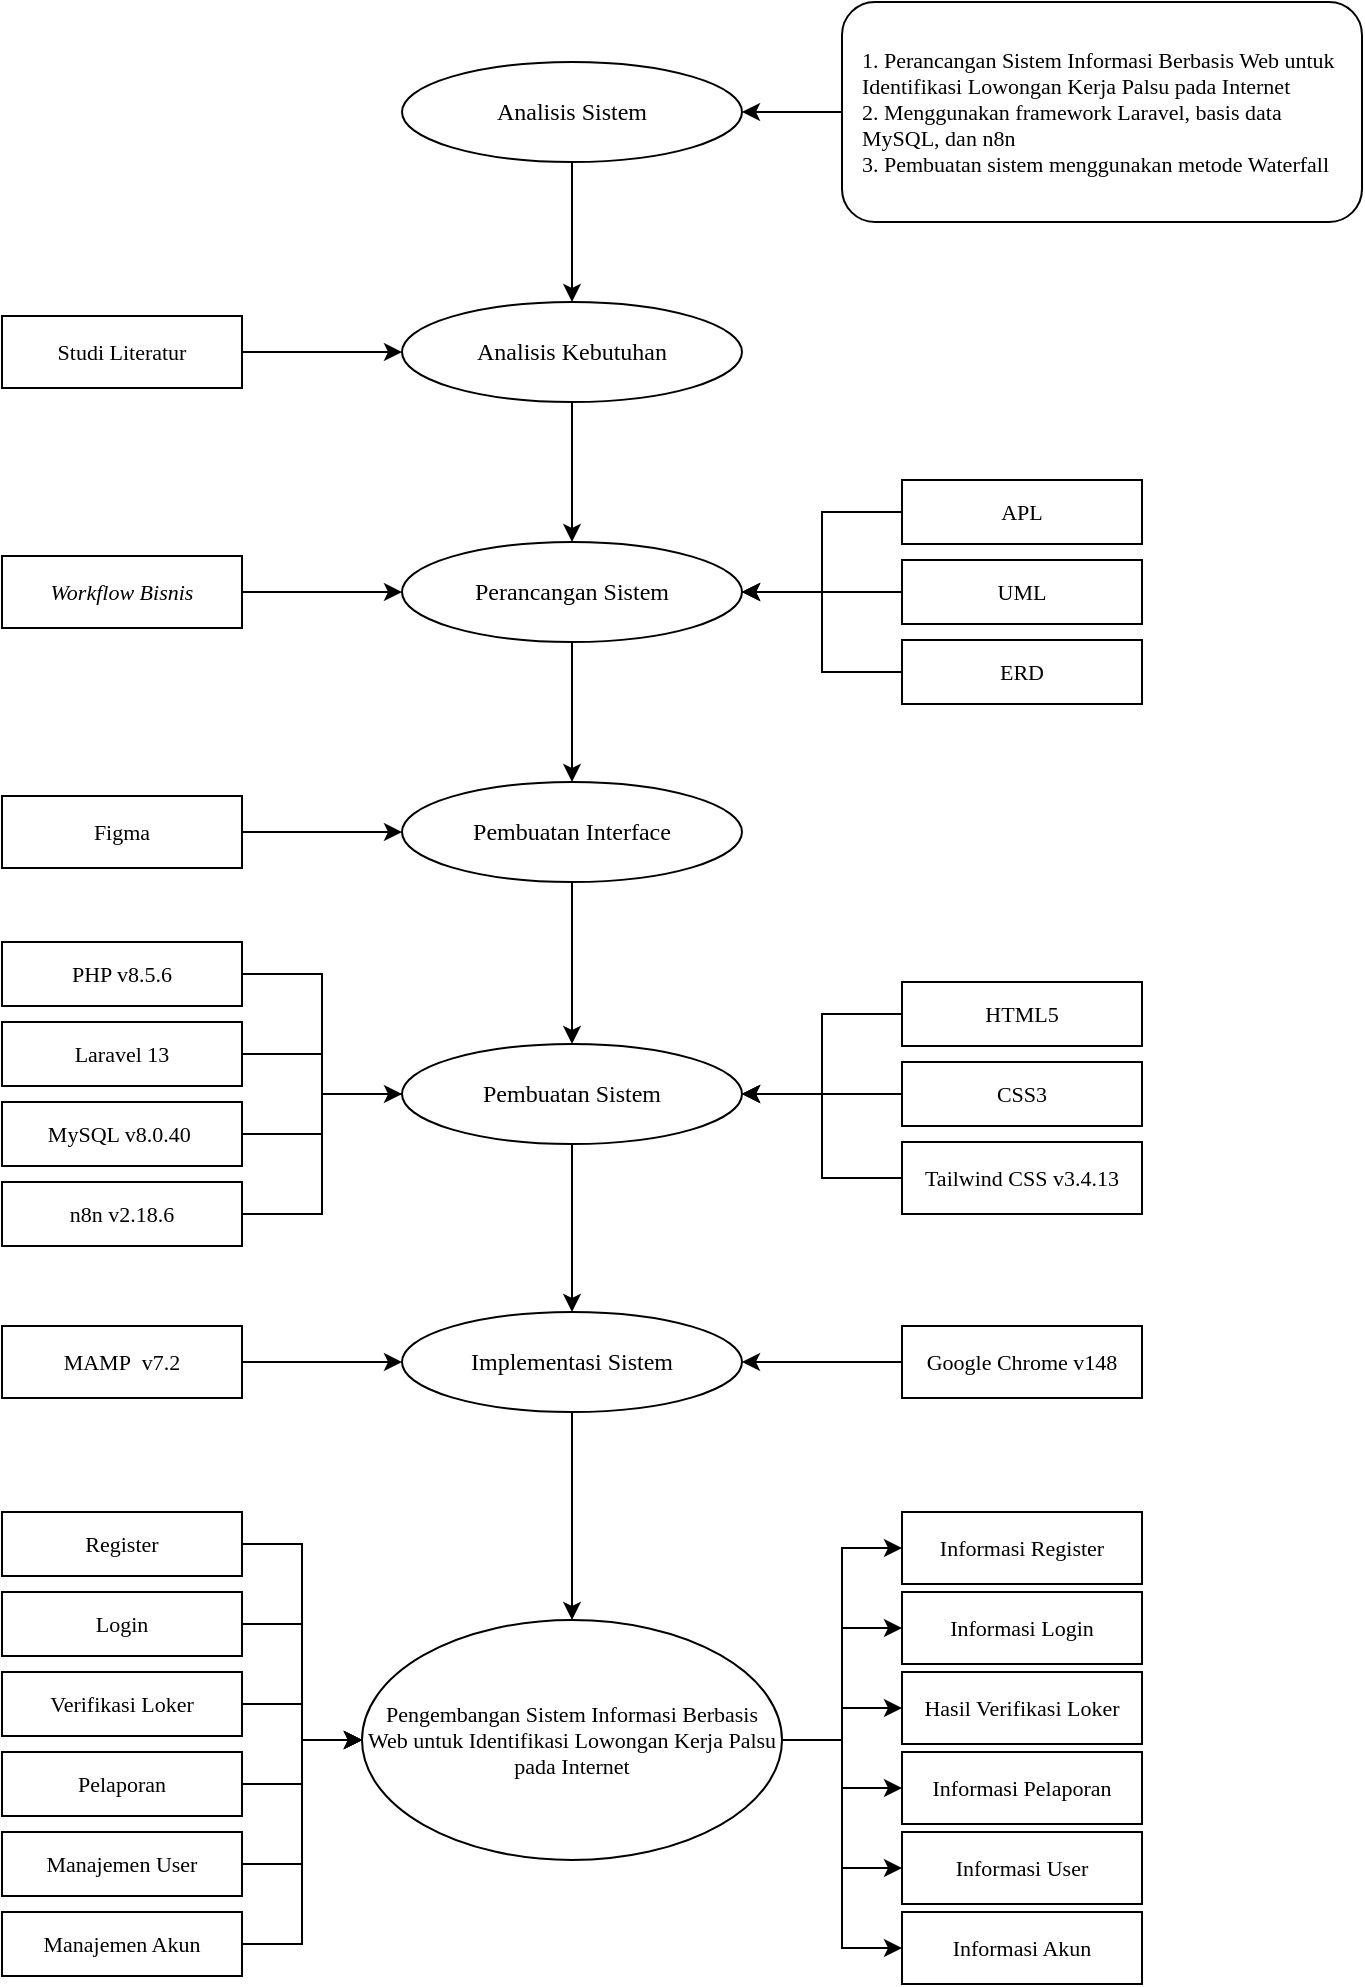
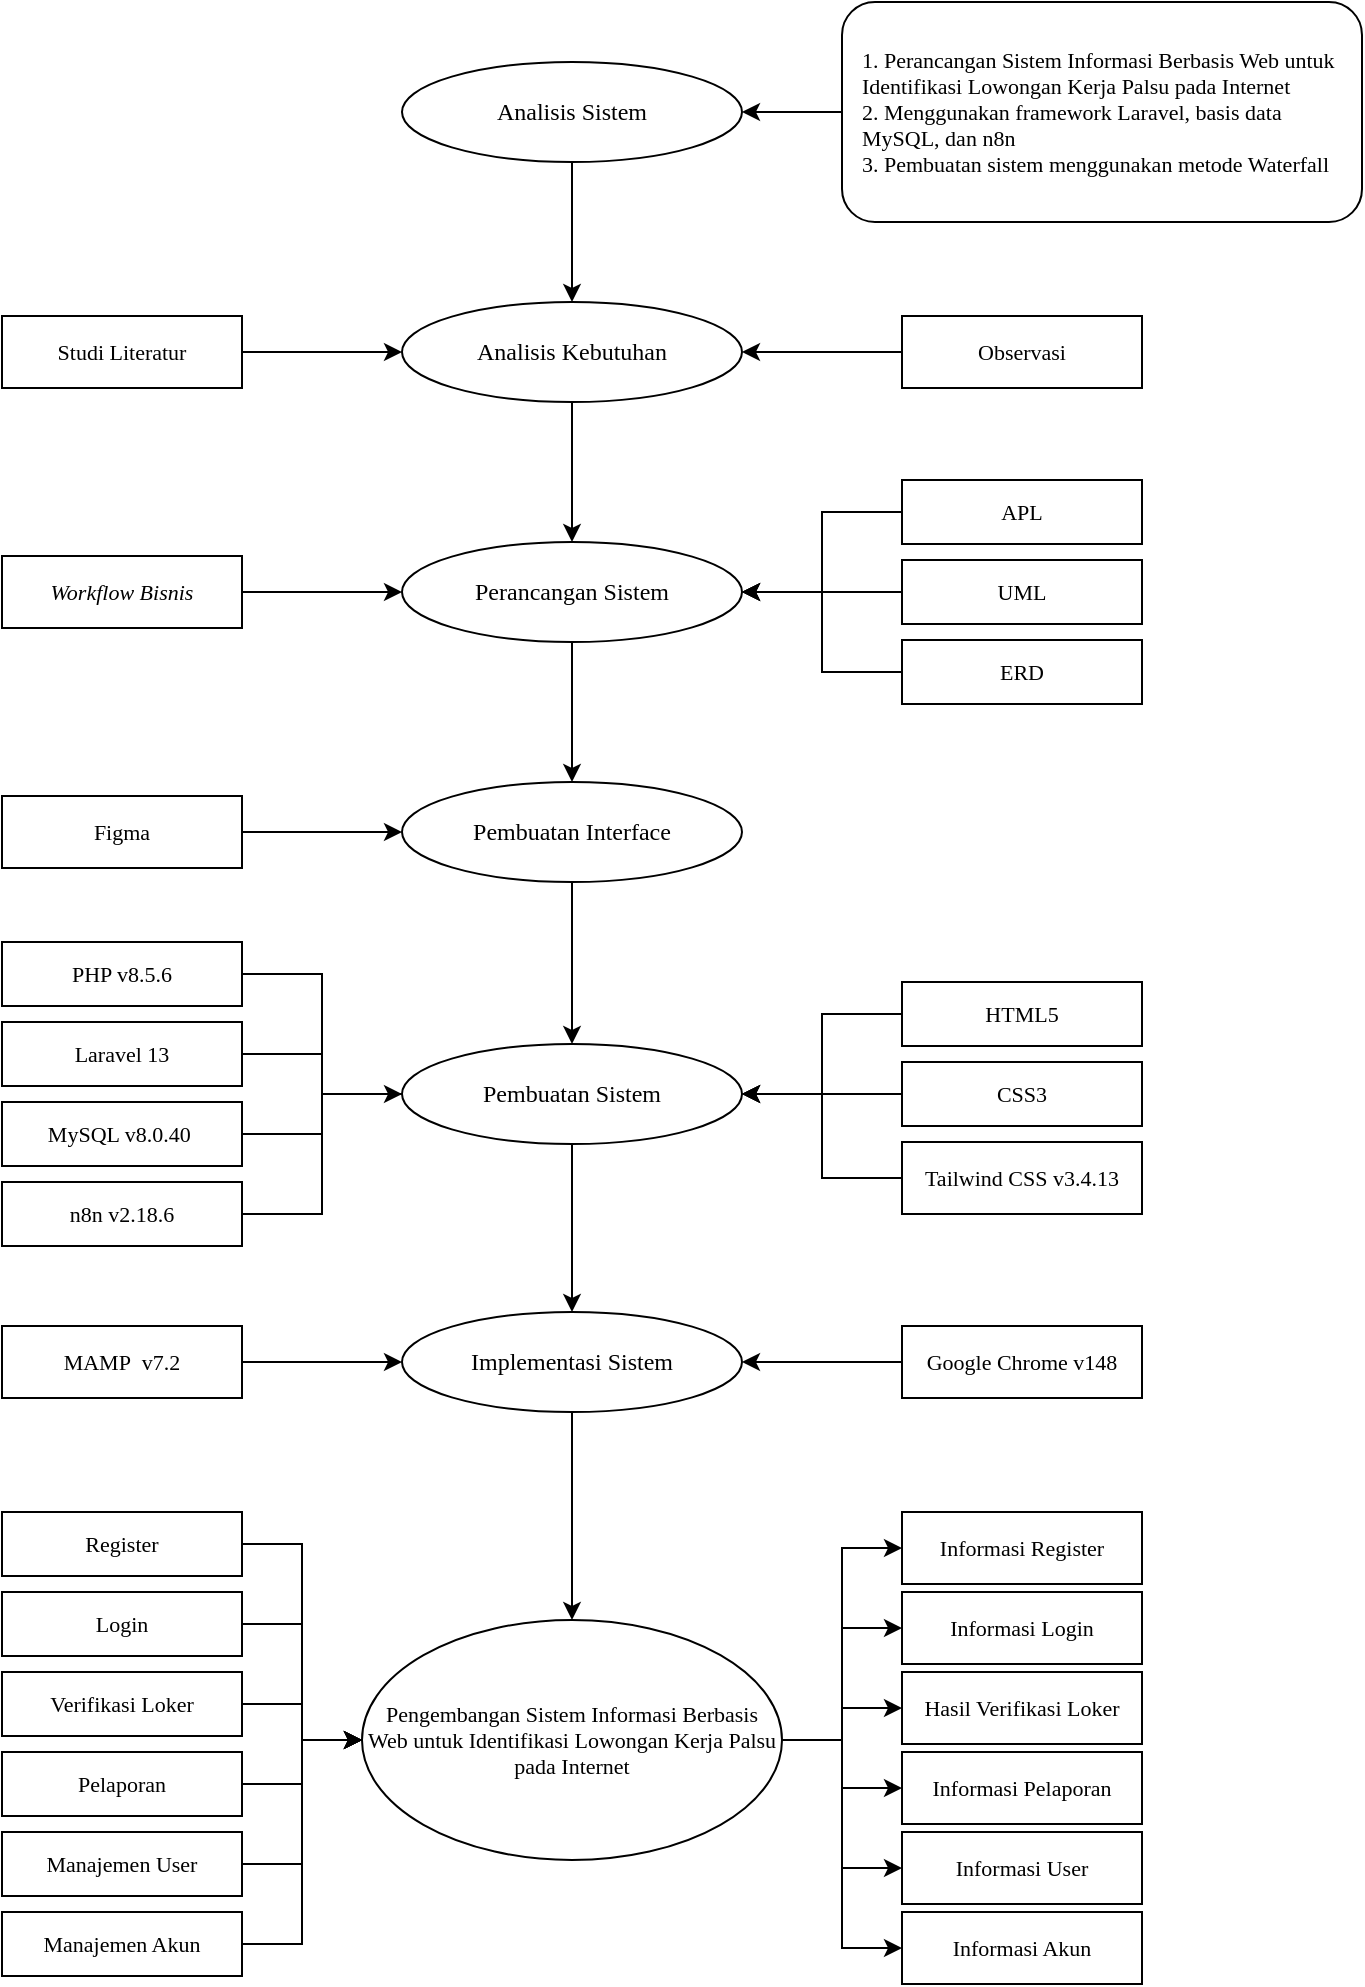
<mxfile host="app.diagrams.net">
  <diagram name="Page-1" id="yfmV3Sks-nrF4BvnnPUG">
    <mxGraphModel dx="1071" dy="584" grid="1" gridSize="10" guides="1" tooltips="1" connect="1" arrows="1" fold="1" page="1" pageScale="1" pageWidth="827" pageHeight="1169" math="0" shadow="0">
      <root>
        <mxCell id="0" />
        <mxCell id="1" parent="0" />
        <mxCell id="fTyH0j3n_jQUCsVNDcWE-1" parent="1" style="ellipse;whiteSpace=wrap;html=1;fillColor=#ffffff;strokeColor=#000000;fontFamily=Times New Roman;fontSize=12;" value="Analisis Sistem" vertex="1">
          <mxGeometry height="50" width="170" x="580" y="110" as="geometry" />
        </mxCell>
        <mxCell id="fTyH0j3n_jQUCsVNDcWE-2" parent="1" style="ellipse;whiteSpace=wrap;html=1;fillColor=#ffffff;strokeColor=#000000;fontFamily=Times New Roman;fontSize=12;" value="Analisis Kebutuhan" vertex="1">
          <mxGeometry height="50" width="170" x="580" y="230" as="geometry" />
        </mxCell>
        <mxCell id="fTyH0j3n_jQUCsVNDcWE-3" parent="1" style="ellipse;whiteSpace=wrap;html=1;fillColor=#ffffff;strokeColor=#000000;fontFamily=Times New Roman;fontSize=12;" value="Perancangan Sistem" vertex="1">
          <mxGeometry height="50" width="170" x="580" y="350" as="geometry" />
        </mxCell>
        <mxCell id="fTyH0j3n_jQUCsVNDcWE-4" parent="1" style="ellipse;whiteSpace=wrap;html=1;fillColor=#ffffff;strokeColor=#000000;fontFamily=Times New Roman;fontSize=12;" value="Pembuatan Interface" vertex="1">
          <mxGeometry height="50" width="170" x="580" y="470" as="geometry" />
        </mxCell>
        <mxCell id="fTyH0j3n_jQUCsVNDcWE-5" parent="1" style="ellipse;whiteSpace=wrap;html=1;fillColor=#ffffff;strokeColor=#000000;fontFamily=Times New Roman;fontSize=12;" value="Pembuatan Sistem" vertex="1">
          <mxGeometry height="50" width="170" x="580" y="601" as="geometry" />
        </mxCell>
        <mxCell id="fTyH0j3n_jQUCsVNDcWE-6" parent="1" style="ellipse;whiteSpace=wrap;html=1;fillColor=#ffffff;strokeColor=#000000;fontFamily=Times New Roman;fontSize=12;" value="Implementasi Sistem" vertex="1">
          <mxGeometry height="50" width="170" x="580" y="735" as="geometry" />
        </mxCell>
        <mxCell id="fTyH0j3n_jQUCsVNDcWE-7" parent="1" style="ellipse;whiteSpace=wrap;html=1;fillColor=#ffffff;strokeColor=#000000;fontFamily=Times New Roman;fontSize=11;" value="Pengembangan Sistem Informasi Berbasis Web untuk Identifikasi Lowongan Kerja Palsu pada Internet" vertex="1">
          <mxGeometry height="120" width="210" x="560" y="889" as="geometry" />
        </mxCell>
        <mxCell id="fTyH0j3n_jQUCsVNDcWE-8" edge="1" parent="1" source="fTyH0j3n_jQUCsVNDcWE-1" style="endArrow=classic;html=1;rounded=0;exitX=0.5;exitY=1;entryX=0.5;entryY=0;" target="fTyH0j3n_jQUCsVNDcWE-2">
          <mxGeometry relative="1" as="geometry" />
        </mxCell>
        <mxCell id="fTyH0j3n_jQUCsVNDcWE-9" edge="1" parent="1" source="fTyH0j3n_jQUCsVNDcWE-2" style="endArrow=classic;html=1;rounded=0;exitX=0.5;exitY=1;entryX=0.5;entryY=0;" target="fTyH0j3n_jQUCsVNDcWE-3">
          <mxGeometry relative="1" as="geometry" />
        </mxCell>
        <mxCell id="fTyH0j3n_jQUCsVNDcWE-10" edge="1" parent="1" source="fTyH0j3n_jQUCsVNDcWE-3" style="endArrow=classic;html=1;rounded=0;exitX=0.5;exitY=1;entryX=0.5;entryY=0;" target="fTyH0j3n_jQUCsVNDcWE-4">
          <mxGeometry relative="1" as="geometry" />
        </mxCell>
        <mxCell id="fTyH0j3n_jQUCsVNDcWE-11" edge="1" parent="1" source="fTyH0j3n_jQUCsVNDcWE-4" style="endArrow=classic;html=1;rounded=0;exitX=0.5;exitY=1;entryX=0.5;entryY=0;" target="fTyH0j3n_jQUCsVNDcWE-5">
          <mxGeometry relative="1" as="geometry" />
        </mxCell>
        <mxCell id="fTyH0j3n_jQUCsVNDcWE-12" edge="1" parent="1" source="fTyH0j3n_jQUCsVNDcWE-5" style="endArrow=classic;html=1;rounded=0;exitX=0.5;exitY=1;entryX=0.5;entryY=0;" target="fTyH0j3n_jQUCsVNDcWE-6">
          <mxGeometry relative="1" as="geometry" />
        </mxCell>
        <mxCell id="fTyH0j3n_jQUCsVNDcWE-13" edge="1" parent="1" source="fTyH0j3n_jQUCsVNDcWE-6" style="endArrow=classic;html=1;rounded=0;exitX=0.5;exitY=1;entryX=0.5;entryY=0;" target="fTyH0j3n_jQUCsVNDcWE-7">
          <mxGeometry relative="1" as="geometry" />
        </mxCell>
        <mxCell id="fTyH0j3n_jQUCsVNDcWE-14" parent="1" style="rounded=1;whiteSpace=wrap;html=1;fillColor=#ffffff;strokeColor=#000000;fontFamily=Times New Roman;fontSize=11;align=left;verticalAlign=middle;spacingLeft=8;spacingRight=8;" value="1. Perancangan Sistem Informasi Berbasis Web untuk Identifikasi Lowongan Kerja Palsu pada Internet&lt;br&gt;2. Menggunakan framework Laravel, basis data MySQL, dan n8n&lt;br&gt;3. Pembuatan sistem menggunakan metode Waterfall" vertex="1">
          <mxGeometry height="110" width="260" x="800" y="80" as="geometry" />
        </mxCell>
        <mxCell id="fTyH0j3n_jQUCsVNDcWE-15" edge="1" parent="1" source="fTyH0j3n_jQUCsVNDcWE-1" style="endArrow=none;html=1;rounded=0;exitX=1;exitY=0.5;entryX=0;entryY=0.5;startArrow=classic;startFill=1;" target="fTyH0j3n_jQUCsVNDcWE-14">
          <mxGeometry relative="1" as="geometry" />
        </mxCell>
        <mxCell id="fTyH0j3n_jQUCsVNDcWE-16" parent="1" style="rounded=0;whiteSpace=wrap;html=1;fillColor=#ffffff;strokeColor=#000000;fontFamily=Times New Roman;fontSize=11;" value="Studi Literatur" vertex="1">
          <mxGeometry height="36" width="120" x="380" y="237" as="geometry" />
        </mxCell>
        <mxCell id="fTyH0j3n_jQUCsVNDcWE-19" edge="1" parent="1" source="fTyH0j3n_jQUCsVNDcWE-16" style="endArrow=classic;html=1;exitX=1;exitY=0.5;entryX=0;entryY=0.5;endFill=1;" target="fTyH0j3n_jQUCsVNDcWE-2">
          <mxGeometry relative="1" as="geometry" />
        </mxCell>
        <mxCell id="fTyH0j3n_jQUCsVNDcWE-22" parent="1" style="rounded=0;whiteSpace=wrap;html=1;fillColor=#ffffff;strokeColor=#000000;fontFamily=Times New Roman;fontSize=11;fontStyle=2" value="Workflow Bisnis" vertex="1">
          <mxGeometry height="36" width="120" x="380" y="357" as="geometry" />
        </mxCell>
        <mxCell id="fTyH0j3n_jQUCsVNDcWE-23" parent="1" style="rounded=0;whiteSpace=wrap;html=1;fillColor=#ffffff;strokeColor=#000000;fontFamily=Times New Roman;fontSize=11;" value="APL" vertex="1">
          <mxGeometry height="32" width="120" x="830" y="319" as="geometry" />
        </mxCell>
        <mxCell id="fTyH0j3n_jQUCsVNDcWE-24" parent="1" style="rounded=0;whiteSpace=wrap;html=1;fillColor=#ffffff;strokeColor=#000000;fontFamily=Times New Roman;fontSize=11;" value="UML" vertex="1">
          <mxGeometry height="32" width="120" x="830" y="359" as="geometry" />
        </mxCell>
        <mxCell id="fTyH0j3n_jQUCsVNDcWE-25" parent="1" style="rounded=0;whiteSpace=wrap;html=1;fillColor=#ffffff;strokeColor=#000000;fontFamily=Times New Roman;fontSize=11;" value="ERD" vertex="1">
          <mxGeometry height="32" width="120" x="830" y="399" as="geometry" />
        </mxCell>
        <mxCell id="fTyH0j3n_jQUCsVNDcWE-26" edge="1" parent="1" source="fTyH0j3n_jQUCsVNDcWE-22" style="endArrow=classic;html=1;exitX=1;exitY=0.5;entryX=0;entryY=0.5;endFill=1;" target="fTyH0j3n_jQUCsVNDcWE-3">
          <mxGeometry relative="1" as="geometry" />
        </mxCell>
        <mxCell id="fTyH0j3n_jQUCsVNDcWE-27" edge="1" parent="1" source="fTyH0j3n_jQUCsVNDcWE-3" style="endArrow=none;html=1;exitX=1;exitY=0.5;entryX=0;entryY=0.5;startArrow=classic;startFill=1;edgeStyle=orthogonalEdgeStyle;rounded=0;curved=0;" target="fTyH0j3n_jQUCsVNDcWE-23">
          <mxGeometry relative="1" as="geometry" />
        </mxCell>
        <mxCell id="fTyH0j3n_jQUCsVNDcWE-28" edge="1" parent="1" source="fTyH0j3n_jQUCsVNDcWE-3" style="endArrow=none;html=1;exitX=1;exitY=0.5;entryX=0;entryY=0.5;startArrow=classic;startFill=1;edgeStyle=orthogonalEdgeStyle;rounded=0;curved=0;" target="fTyH0j3n_jQUCsVNDcWE-24">
          <mxGeometry relative="1" as="geometry" />
        </mxCell>
        <mxCell id="fTyH0j3n_jQUCsVNDcWE-29" edge="1" parent="1" source="fTyH0j3n_jQUCsVNDcWE-3" style="endArrow=none;html=1;exitX=1;exitY=0.5;entryX=0;entryY=0.5;startArrow=classic;startFill=1;edgeStyle=orthogonalEdgeStyle;rounded=0;curved=0;" target="fTyH0j3n_jQUCsVNDcWE-25">
          <mxGeometry relative="1" as="geometry" />
        </mxCell>
        <mxCell id="fTyH0j3n_jQUCsVNDcWE-30" parent="1" style="rounded=0;whiteSpace=wrap;html=1;fillColor=#ffffff;strokeColor=#000000;fontFamily=Times New Roman;fontSize=11;" value="Figma" vertex="1">
          <mxGeometry height="36" width="120" x="380" y="477" as="geometry" />
        </mxCell>
        <mxCell id="fTyH0j3n_jQUCsVNDcWE-31" edge="1" parent="1" source="fTyH0j3n_jQUCsVNDcWE-30" style="endArrow=classic;html=1;exitX=1;exitY=0.5;entryX=0;entryY=0.5;endFill=1;" target="fTyH0j3n_jQUCsVNDcWE-4">
          <mxGeometry relative="1" as="geometry" />
        </mxCell>
        <mxCell id="fTyH0j3n_jQUCsVNDcWE-32" parent="1" style="rounded=0;whiteSpace=wrap;html=1;fillColor=#ffffff;strokeColor=#000000;fontFamily=Times New Roman;fontSize=11;" value="PHP v8.5.6" vertex="1">
          <mxGeometry height="32" width="120" x="380" y="550" as="geometry" />
        </mxCell>
        <mxCell id="fTyH0j3n_jQUCsVNDcWE-33" parent="1" style="rounded=0;whiteSpace=wrap;html=1;fillColor=#ffffff;strokeColor=#000000;fontFamily=Times New Roman;fontSize=11;" value="Laravel 13" vertex="1">
          <mxGeometry height="32" width="120" x="380" y="590" as="geometry" />
        </mxCell>
        <mxCell id="fTyH0j3n_jQUCsVNDcWE-34" parent="1" style="rounded=0;whiteSpace=wrap;html=1;fillColor=#ffffff;strokeColor=#000000;fontFamily=Times New Roman;fontSize=11;" value="MySQL v8.0.40&amp;nbsp;" vertex="1">
          <mxGeometry height="32" width="120" x="380" y="630" as="geometry" />
        </mxCell>
        <mxCell id="fTyH0j3n_jQUCsVNDcWE-35" parent="1" style="rounded=0;whiteSpace=wrap;html=1;fillColor=#ffffff;strokeColor=#000000;fontFamily=Times New Roman;fontSize=11;" value="HTML5" vertex="1">
          <mxGeometry height="32" width="120" x="830" y="570" as="geometry" />
        </mxCell>
        <mxCell id="fTyH0j3n_jQUCsVNDcWE-36" parent="1" style="rounded=0;whiteSpace=wrap;html=1;fillColor=#ffffff;strokeColor=#000000;fontFamily=Times New Roman;fontSize=11;" value="CSS3" vertex="1">
          <mxGeometry height="32" width="120" x="830" y="610" as="geometry" />
        </mxCell>
        <mxCell id="fTyH0j3n_jQUCsVNDcWE-37" parent="1" style="rounded=0;whiteSpace=wrap;html=1;fillColor=#ffffff;strokeColor=#000000;fontFamily=Times New Roman;fontSize=11;" value="Tailwind CSS v3.4.13" vertex="1">
          <mxGeometry height="36" width="120" x="830" y="650" as="geometry" />
        </mxCell>
        <mxCell id="fTyH0j3n_jQUCsVNDcWE-38" edge="1" parent="1" source="fTyH0j3n_jQUCsVNDcWE-32" style="endArrow=none;html=1;exitX=1;exitY=0.5;entryX=0;entryY=0.5;edgeStyle=orthogonalEdgeStyle;rounded=0;curved=0;" target="fTyH0j3n_jQUCsVNDcWE-5">
          <mxGeometry relative="1" as="geometry" />
        </mxCell>
        <mxCell id="fTyH0j3n_jQUCsVNDcWE-39" edge="1" parent="1" source="fTyH0j3n_jQUCsVNDcWE-33" style="endArrow=none;html=1;exitX=1;exitY=0.5;entryX=0;entryY=0.5;edgeStyle=orthogonalEdgeStyle;rounded=0;curved=0;" target="fTyH0j3n_jQUCsVNDcWE-5">
          <mxGeometry relative="1" as="geometry" />
        </mxCell>
        <mxCell id="fTyH0j3n_jQUCsVNDcWE-40" edge="1" parent="1" source="fTyH0j3n_jQUCsVNDcWE-34" style="endArrow=none;html=1;exitX=1;exitY=0.5;entryX=0;entryY=0.5;edgeStyle=orthogonalEdgeStyle;rounded=0;curved=0;" target="fTyH0j3n_jQUCsVNDcWE-5">
          <mxGeometry relative="1" as="geometry" />
        </mxCell>
        <mxCell id="fTyH0j3n_jQUCsVNDcWE-41" edge="1" parent="1" source="fTyH0j3n_jQUCsVNDcWE-5" style="endArrow=none;html=1;exitX=1;exitY=0.5;entryX=0;entryY=0.5;edgeStyle=orthogonalEdgeStyle;rounded=0;curved=0;startArrow=classic;startFill=1;" target="fTyH0j3n_jQUCsVNDcWE-35">
          <mxGeometry relative="1" as="geometry" />
        </mxCell>
        <mxCell id="fTyH0j3n_jQUCsVNDcWE-42" edge="1" parent="1" source="fTyH0j3n_jQUCsVNDcWE-5" style="endArrow=none;html=1;exitX=1;exitY=0.5;entryX=0;entryY=0.5;edgeStyle=orthogonalEdgeStyle;rounded=0;curved=0;startArrow=classic;startFill=1;" target="fTyH0j3n_jQUCsVNDcWE-36">
          <mxGeometry relative="1" as="geometry" />
        </mxCell>
        <mxCell id="fTyH0j3n_jQUCsVNDcWE-43" edge="1" parent="1" source="fTyH0j3n_jQUCsVNDcWE-5" style="endArrow=none;html=1;exitX=1;exitY=0.5;entryX=0;entryY=0.5;edgeStyle=orthogonalEdgeStyle;rounded=0;curved=0;startArrow=classic;startFill=1;" target="fTyH0j3n_jQUCsVNDcWE-37">
          <mxGeometry relative="1" as="geometry" />
        </mxCell>
        <mxCell id="fTyH0j3n_jQUCsVNDcWE-44" parent="1" style="rounded=0;whiteSpace=wrap;html=1;fillColor=#ffffff;strokeColor=#000000;fontFamily=Times New Roman;fontSize=11;" value="MAMP&amp;nbsp; v7.2" vertex="1">
          <mxGeometry height="36" width="120" x="380" y="742" as="geometry" />
        </mxCell>
        <mxCell id="fTyH0j3n_jQUCsVNDcWE-45" parent="1" style="rounded=0;whiteSpace=wrap;html=1;fillColor=#ffffff;strokeColor=#000000;fontFamily=Times New Roman;fontSize=11;" value="Google Chrome v148" vertex="1">
          <mxGeometry height="36" width="120" x="830" y="742" as="geometry" />
        </mxCell>
        <mxCell id="fTyH0j3n_jQUCsVNDcWE-46" edge="1" parent="1" source="fTyH0j3n_jQUCsVNDcWE-44" style="endArrow=classic;html=1;exitX=1;exitY=0.5;entryX=0;entryY=0.5;endFill=1;" target="fTyH0j3n_jQUCsVNDcWE-6">
          <mxGeometry relative="1" as="geometry" />
        </mxCell>
        <mxCell id="fTyH0j3n_jQUCsVNDcWE-47" edge="1" parent="1" source="fTyH0j3n_jQUCsVNDcWE-6" style="endArrow=none;html=1;exitX=1;exitY=0.5;entryX=0;entryY=0.5;startArrow=classic;startFill=1;" target="fTyH0j3n_jQUCsVNDcWE-45">
          <mxGeometry relative="1" as="geometry" />
        </mxCell>
        <mxCell id="fTyH0j3n_jQUCsVNDcWE-48" parent="1" style="rounded=0;whiteSpace=wrap;html=1;fillColor=#ffffff;strokeColor=#000000;fontFamily=Times New Roman;fontSize=11;" value="Register" vertex="1">
          <mxGeometry height="32" width="120" x="380" y="835" as="geometry" />
        </mxCell>
        <mxCell id="fTyH0j3n_jQUCsVNDcWE-49" parent="1" style="rounded=0;whiteSpace=wrap;html=1;fillColor=#ffffff;strokeColor=#000000;fontFamily=Times New Roman;fontSize=11;" value="Login" vertex="1">
          <mxGeometry height="32" width="120" x="380" y="875" as="geometry" />
        </mxCell>
        <mxCell id="fTyH0j3n_jQUCsVNDcWE-50" parent="1" style="rounded=0;whiteSpace=wrap;html=1;fillColor=#ffffff;strokeColor=#000000;fontFamily=Times New Roman;fontSize=11;" value="Verifikasi Loker" vertex="1">
          <mxGeometry height="32" width="120" x="380" y="915" as="geometry" />
        </mxCell>
        <mxCell id="fTyH0j3n_jQUCsVNDcWE-51" parent="1" style="rounded=0;whiteSpace=wrap;html=1;fillColor=#ffffff;strokeColor=#000000;fontFamily=Times New Roman;fontSize=11;" value="Pelaporan" vertex="1">
          <mxGeometry height="32" width="120" x="380" y="955" as="geometry" />
        </mxCell>
        <mxCell id="fTyH0j3n_jQUCsVNDcWE-52" parent="1" style="rounded=0;whiteSpace=wrap;html=1;fillColor=#ffffff;strokeColor=#000000;fontFamily=Times New Roman;fontSize=11;" value="Manajemen User" vertex="1">
          <mxGeometry height="32" width="120" x="380" y="995" as="geometry" />
        </mxCell>
        <mxCell id="fTyH0j3n_jQUCsVNDcWE-53" parent="1" style="rounded=0;whiteSpace=wrap;html=1;fillColor=#ffffff;strokeColor=#000000;fontFamily=Times New Roman;fontSize=11;" value="Manajemen Akun" vertex="1">
          <mxGeometry height="32" width="120" x="380" y="1035" as="geometry" />
        </mxCell>
        <mxCell id="fTyH0j3n_jQUCsVNDcWE-59" edge="1" parent="1" source="fTyH0j3n_jQUCsVNDcWE-48" style="endArrow=classic;html=1;exitX=1;exitY=0.5;entryX=0;entryY=0.5;edgeStyle=orthogonalEdgeStyle;rounded=0;curved=0;endFill=1;" target="fTyH0j3n_jQUCsVNDcWE-7">
          <mxGeometry relative="1" as="geometry" />
        </mxCell>
        <mxCell id="fTyH0j3n_jQUCsVNDcWE-60" edge="1" parent="1" source="fTyH0j3n_jQUCsVNDcWE-49" style="endArrow=classic;html=1;exitX=1;exitY=0.5;entryX=0;entryY=0.5;edgeStyle=orthogonalEdgeStyle;rounded=0;curved=0;endFill=1;" target="fTyH0j3n_jQUCsVNDcWE-7">
          <mxGeometry relative="1" as="geometry" />
        </mxCell>
        <mxCell id="fTyH0j3n_jQUCsVNDcWE-61" edge="1" parent="1" source="fTyH0j3n_jQUCsVNDcWE-50" style="endArrow=classic;html=1;exitX=1;exitY=0.5;entryX=0;entryY=0.5;edgeStyle=orthogonalEdgeStyle;rounded=0;curved=0;endFill=1;" target="fTyH0j3n_jQUCsVNDcWE-7">
          <mxGeometry relative="1" as="geometry" />
        </mxCell>
        <mxCell id="fTyH0j3n_jQUCsVNDcWE-62" edge="1" parent="1" source="fTyH0j3n_jQUCsVNDcWE-51" style="endArrow=none;html=1;exitX=1;exitY=0.5;entryX=0;entryY=0.5;edgeStyle=orthogonalEdgeStyle;rounded=0;curved=0;" target="fTyH0j3n_jQUCsVNDcWE-7">
          <mxGeometry relative="1" as="geometry" />
        </mxCell>
        <mxCell id="fTyH0j3n_jQUCsVNDcWE-63" edge="1" parent="1" source="fTyH0j3n_jQUCsVNDcWE-52" style="endArrow=classic;html=1;exitX=1;exitY=0.5;entryX=0;entryY=0.5;edgeStyle=orthogonalEdgeStyle;rounded=0;curved=0;endFill=1;" target="fTyH0j3n_jQUCsVNDcWE-7">
          <mxGeometry relative="1" as="geometry" />
        </mxCell>
        <mxCell id="fTyH0j3n_jQUCsVNDcWE-64" edge="1" parent="1" source="fTyH0j3n_jQUCsVNDcWE-53" style="endArrow=classic;html=1;exitX=1;exitY=0.5;entryX=0;entryY=0.5;edgeStyle=orthogonalEdgeStyle;rounded=0;curved=0;endFill=1;" target="fTyH0j3n_jQUCsVNDcWE-7">
          <mxGeometry relative="1" as="geometry" />
        </mxCell>
        <mxCell id="fTyH0j3n_jQUCsVNDcWE-70" parent="1" style="rounded=0;whiteSpace=wrap;html=1;fillColor=#ffffff;strokeColor=#000000;fontFamily=Times New Roman;fontSize=11;" value="Informasi Register" vertex="1">
          <mxGeometry height="36" width="120" x="830" y="835" as="geometry" />
        </mxCell>
        <mxCell id="fTyH0j3n_jQUCsVNDcWE-71" parent="1" style="rounded=0;whiteSpace=wrap;html=1;fillColor=#ffffff;strokeColor=#000000;fontFamily=Times New Roman;fontSize=11;" value="Informasi Login" vertex="1">
          <mxGeometry height="36" width="120" x="830" y="875" as="geometry" />
        </mxCell>
        <mxCell id="fTyH0j3n_jQUCsVNDcWE-72" parent="1" style="rounded=0;whiteSpace=wrap;html=1;fillColor=#ffffff;strokeColor=#000000;fontFamily=Times New Roman;fontSize=11;" value="Hasil Verifikasi Loker" vertex="1">
          <mxGeometry height="36" width="120" x="830" y="915" as="geometry" />
        </mxCell>
        <mxCell id="fTyH0j3n_jQUCsVNDcWE-73" parent="1" style="rounded=0;whiteSpace=wrap;html=1;fillColor=#ffffff;strokeColor=#000000;fontFamily=Times New Roman;fontSize=11;" value="Informasi Pelaporan" vertex="1">
          <mxGeometry height="36" width="120" x="830" y="955" as="geometry" />
        </mxCell>
        <mxCell id="fTyH0j3n_jQUCsVNDcWE-74" parent="1" style="rounded=0;whiteSpace=wrap;html=1;fillColor=#ffffff;strokeColor=#000000;fontFamily=Times New Roman;fontSize=11;" value="Informasi User" vertex="1">
          <mxGeometry height="36" width="120" x="830" y="995" as="geometry" />
        </mxCell>
        <mxCell id="fTyH0j3n_jQUCsVNDcWE-75" parent="1" style="rounded=0;whiteSpace=wrap;html=1;fillColor=#ffffff;strokeColor=#000000;fontFamily=Times New Roman;fontSize=11;" value="Informasi Akun" vertex="1">
          <mxGeometry height="36" width="120" x="830" y="1035" as="geometry" />
        </mxCell>
        <mxCell id="fTyH0j3n_jQUCsVNDcWE-81" edge="1" parent="1" source="fTyH0j3n_jQUCsVNDcWE-7" style="endArrow=classic;html=1;exitX=1;exitY=0.5;entryX=0;entryY=0.5;rounded=0;edgeStyle=orthogonalEdgeStyle;endFill=1;" target="fTyH0j3n_jQUCsVNDcWE-70">
          <mxGeometry relative="1" as="geometry" />
        </mxCell>
        <mxCell id="fTyH0j3n_jQUCsVNDcWE-82" edge="1" parent="1" source="fTyH0j3n_jQUCsVNDcWE-7" style="endArrow=classic;html=1;exitX=1;exitY=0.5;entryX=0;entryY=0.5;rounded=0;edgeStyle=orthogonalEdgeStyle;endFill=1;" target="fTyH0j3n_jQUCsVNDcWE-71">
          <mxGeometry relative="1" as="geometry" />
        </mxCell>
        <mxCell id="fTyH0j3n_jQUCsVNDcWE-83" edge="1" parent="1" source="fTyH0j3n_jQUCsVNDcWE-7" style="endArrow=classic;html=1;exitX=1;exitY=0.5;entryX=0;entryY=0.5;rounded=0;edgeStyle=orthogonalEdgeStyle;endFill=1;" target="fTyH0j3n_jQUCsVNDcWE-72">
          <mxGeometry relative="1" as="geometry" />
        </mxCell>
        <mxCell id="fTyH0j3n_jQUCsVNDcWE-84" edge="1" parent="1" source="fTyH0j3n_jQUCsVNDcWE-7" style="endArrow=classic;html=1;exitX=1;exitY=0.5;entryX=0;entryY=0.5;rounded=0;edgeStyle=orthogonalEdgeStyle;endFill=1;" target="fTyH0j3n_jQUCsVNDcWE-73">
          <mxGeometry relative="1" as="geometry" />
        </mxCell>
        <mxCell id="fTyH0j3n_jQUCsVNDcWE-85" edge="1" parent="1" source="fTyH0j3n_jQUCsVNDcWE-7" style="endArrow=classic;html=1;exitX=1;exitY=0.5;entryX=0;entryY=0.5;rounded=0;edgeStyle=orthogonalEdgeStyle;endFill=1;" target="fTyH0j3n_jQUCsVNDcWE-74">
          <mxGeometry relative="1" as="geometry" />
        </mxCell>
        <mxCell id="fTyH0j3n_jQUCsVNDcWE-86" edge="1" parent="1" source="fTyH0j3n_jQUCsVNDcWE-7" style="endArrow=classic;html=1;exitX=1;exitY=0.5;entryX=0;entryY=0.5;rounded=0;edgeStyle=orthogonalEdgeStyle;endFill=1;" target="fTyH0j3n_jQUCsVNDcWE-75">
          <mxGeometry relative="1" as="geometry" />
        </mxCell>
        <mxCell id="N9CpWy_333Ilmsceh_oc-2" edge="1" parent="1" source="N9CpWy_333Ilmsceh_oc-1" style="edgeStyle=orthogonalEdgeStyle;rounded=0;orthogonalLoop=1;jettySize=auto;html=1;exitX=1;exitY=0.5;exitDx=0;exitDy=0;entryX=0;entryY=0.5;entryDx=0;entryDy=0;" target="fTyH0j3n_jQUCsVNDcWE-5">
          <mxGeometry relative="1" as="geometry" />
        </mxCell>
        <mxCell id="N9CpWy_333Ilmsceh_oc-1" parent="1" style="rounded=0;whiteSpace=wrap;html=1;fillColor=#ffffff;strokeColor=#000000;fontFamily=Times New Roman;fontSize=11;" value="n8n v2.18.6" vertex="1">
          <mxGeometry height="32" width="120" x="380" y="670" as="geometry" />
        </mxCell>
+         <mxCell id="N9CpWy_333Ilmsceh_oc-9" edge="1" parent="1" source="N9CpWy_333Ilmsceh_oc-8" style="edgeStyle=orthogonalEdgeStyle;rounded=0;orthogonalLoop=1;jettySize=auto;html=1;" target="fTyH0j3n_jQUCsVNDcWE-2" value="">
+           <mxGeometry relative="1" as="geometry" />
+         </mxCell>
+         <mxCell id="N9CpWy_333Ilmsceh_oc-8" parent="1" style="rounded=0;whiteSpace=wrap;html=1;fillColor=#ffffff;strokeColor=#000000;fontFamily=Times New Roman;fontSize=11;" value="Observasi" vertex="1">
+           <mxGeometry height="36" width="120" x="830" y="237" as="geometry" />
+         </mxCell>
      </root>
    </mxGraphModel>
  </diagram>
</mxfile>
